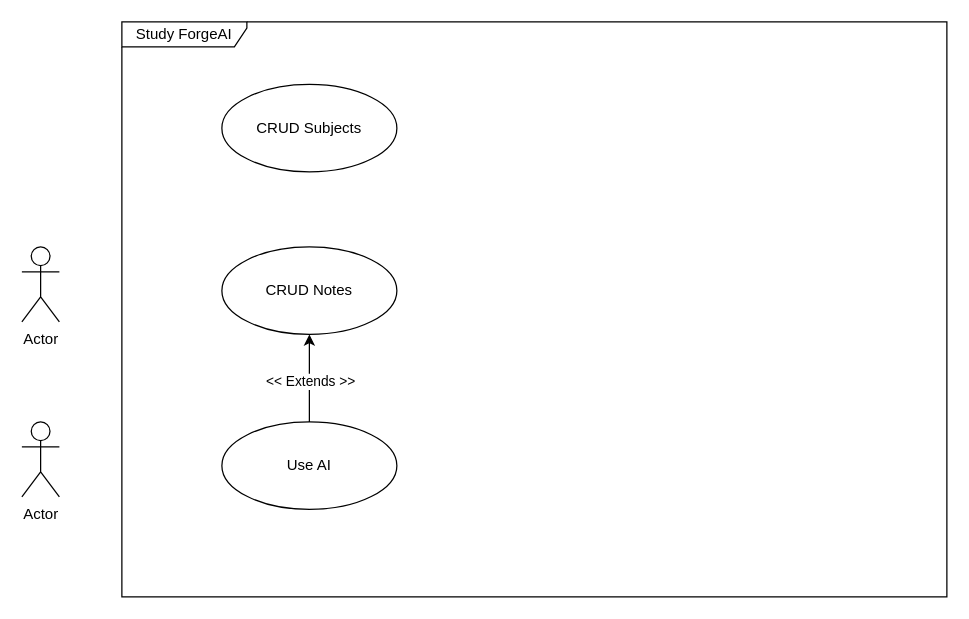
Before: 5201-useCase.drawio in abobymotaki/uncharted, a draw.io diagram. Source tidied: cells renumbered, new cells numbered last; positions are measured from the earlier drawing's top-left corner, leaving out a move shared by most shapes. Both pictures are drawn from the tidied source at 125%, with x=0, y=0 at pixel (21, 21).
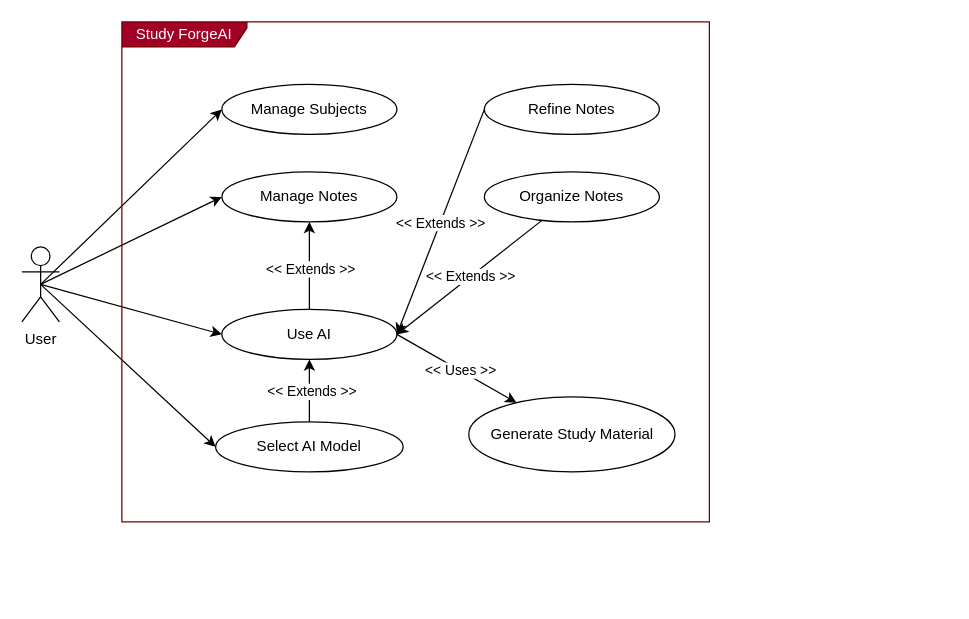
Above is the later version.

The edit, as a diff of the source:
```diff
@@
+    <mxCell id="10" style="rounded=0;jettySize=auto;html=1;exitX=0.5;exitY=0.5;exitDx=0;exitDy=0;exitPerimeter=0;entryX=0;entryY=0.5;entryDx=0;entryDy=0;" parent="1" edge="1" source="2" target="6">
+      <mxGeometry relative="1" as="geometry" />
+    </mxCell>
+    <mxCell id="11" style="rounded=0;jettySize=auto;html=1;exitX=0.5;exitY=0.5;exitDx=0;exitDy=0;exitPerimeter=0;entryX=0;entryY=0.5;entryDx=0;entryDy=0;" parent="1" edge="1" source="2" target="5">
+      <mxGeometry relative="1" as="geometry" />
+    </mxCell>
+    <mxCell id="12" style="rounded=0;jettySize=auto;html=1;exitX=0.5;exitY=0.5;exitDx=0;exitDy=0;exitPerimeter=0;entryX=0;entryY=0.5;entryDx=0;entryDy=0;" parent="1" edge="1" source="2" target="9">
+      <mxGeometry relative="1" as="geometry" />
+    </mxCell>
+    <mxCell id="13" style="rounded=0;jettySize=auto;html=1;exitX=0.5;exitY=0.5;exitDx=0;exitDy=0;exitPerimeter=0;entryX=0;entryY=0.5;entryDx=0;entryDy=0;" parent="1" edge="1" source="2" target="16">
+      <mxGeometry relative="1" as="geometry" />
+    </mxCell>
-    <mxCell id="2" value="Actor" style="shape=umlActor;verticalLabelPosition=bottom;verticalAlign=top;html=1;outlineConnect=0;" parent="1" vertex="1">
+    <mxCell id="2" value="User" style="shape=umlActor;verticalLabelPosition=bottom;verticalAlign=top;html=1;outlineConnect=0;" parent="1" vertex="1">
       <mxGeometry y="180" width="30" height="60" as="geometry" />
     </mxCell>
-    <mxCell id="3" value="Actor" style="shape=umlActor;verticalLabelPosition=bottom;verticalAlign=top;html=1;" parent="1" vertex="1">
-      <mxGeometry y="320" width="30" height="60" as="geometry" />
-    </mxCell>
-    <mxCell id="4" value="Study ForgeAI" style="shape=umlFrame;whiteSpace=wrap;html=1;width=100;height=20;" parent="1" vertex="1">
-      <mxGeometry x="80" width="660" height="460" as="geometry" />
+    <mxCell id="4" value="Study ForgeAI" style="shape=umlFrame;whiteSpace=wrap;html=1;width=100;height=20;fillColor=#a20025;fontColor=#ffffff;strokeColor=#6F0000;" parent="1" vertex="1">
+      <mxGeometry x="80" width="470" height="400" as="geometry" />
     </mxCell>
-    <mxCell id="5" value="CRUD Subjects" style="ellipse;whiteSpace=wrap;html=1;" parent="1" vertex="1">
-      <mxGeometry x="160" y="50" width="140" height="70" as="geometry" />
+    <mxCell id="5" value="Manage Subjects" style="ellipse;whiteSpace=wrap;html=1;" parent="1" vertex="1">
+      <mxGeometry x="160" y="50" width="140" height="40" as="geometry" />
     </mxCell>
-    <mxCell id="6" value="CRUD Notes" style="ellipse;whiteSpace=wrap;html=1;" parent="1" vertex="1">
-      <mxGeometry x="160" y="180" width="140" height="70" as="geometry" />
+    <mxCell id="6" value="Manage Notes" style="ellipse;whiteSpace=wrap;html=1;" parent="1" vertex="1">
+      <mxGeometry x="160" y="120" width="140" height="40" as="geometry" />
     </mxCell>
@@
     <mxCell id="9" value="Use AI" style="ellipse;whiteSpace=wrap;html=1;" parent="1" vertex="1">
-      <mxGeometry x="160" y="320" width="140" height="70" as="geometry" />
+      <mxGeometry x="160" y="230" width="140" height="40" as="geometry" />
     </mxCell>
+    <mxCell id="14" style="rounded=0;jettySize=auto;html=1;" parent="1" edge="1" source="16" target="9">
+      <mxGeometry relative="1" as="geometry" />
+    </mxCell>
+    <mxCell id="15" value="&amp;lt;&amp;lt; Extends &amp;gt;&amp;gt;" style="edgeLabel;html=1;align=center;verticalAlign=middle;" parent="14" vertex="1">
+      <mxGeometry y="-1" relative="1" as="geometry" />
+    </mxCell>
+    <mxCell id="16" value="Select AI Model" style="ellipse;whiteSpace=wrap;html=1;" parent="1" vertex="1">
+      <mxGeometry x="155" y="320" width="150" height="40" as="geometry" />
+    </mxCell>
+    <mxCell id="17" style="rounded=0;jettySize=auto;html=1;entryX=1;entryY=0.5;entryDx=0;entryDy=0;endArrow=none;endFill=0;startArrow=classic;startFill=1;" parent="1" edge="1" source="19" target="9">
+      <mxGeometry relative="1" as="geometry" />
+    </mxCell>
+    <mxCell id="18" value="&amp;lt;&amp;lt; Uses &amp;gt;&amp;gt;" style="edgeLabel;html=1;align=center;verticalAlign=middle;" parent="17" vertex="1">
+      <mxGeometry x="-0.05" relative="1" as="geometry" />
+    </mxCell>
+    <mxCell id="19" value="Generate Study Material" style="ellipse;whiteSpace=wrap;html=1;" parent="1" vertex="1">
+      <mxGeometry x="357.5" y="300" width="165" height="60" as="geometry" />
+    </mxCell>
+    <mxCell id="20" style="rounded=0;jettySize=auto;html=1;entryX=1;entryY=0.5;entryDx=0;entryDy=0;exitX=0;exitY=0.5;exitDx=0;exitDy=0;" parent="1" edge="1" source="22" target="9">
+      <mxGeometry relative="1" as="geometry" />
+    </mxCell>
+    <mxCell id="21" value="&amp;lt;&amp;lt; Extends &amp;gt;&amp;gt;" style="edgeLabel;html=1;align=center;verticalAlign=middle;" parent="20" vertex="1">
+      <mxGeometry relative="1" as="geometry" />
+    </mxCell>
+    <mxCell id="22" value="Refine Notes" style="ellipse;whiteSpace=wrap;html=1;" parent="1" vertex="1">
+      <mxGeometry x="370" y="50" width="140" height="40" as="geometry" />
+    </mxCell>
+    <mxCell id="23" style="rounded=0;jettySize=auto;html=1;entryX=1;entryY=0.5;entryDx=0;entryDy=0;" parent="1" edge="1" source="25" target="9">
+      <mxGeometry relative="1" as="geometry" />
+    </mxCell>
+    <mxCell id="24" value="&amp;lt;&amp;lt; Extends &amp;gt;&amp;gt;" style="edgeLabel;html=1;align=center;verticalAlign=middle;" parent="23" vertex="1">
+      <mxGeometry x="-0.01" y="-1" relative="1" as="geometry" />
+    </mxCell>
+    <mxCell id="25" value="Organize Notes" style="ellipse;whiteSpace=wrap;html=1;" parent="1" vertex="1">
+      <mxGeometry x="370" y="120" width="140" height="40" as="geometry" />
+    </mxCell>
```
